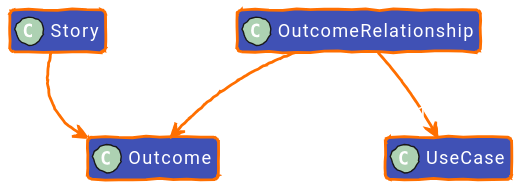
Earlier version of the PlantUML export diagrams/out/uctm-outcome_dark.svg (EKGF/ekg-method).
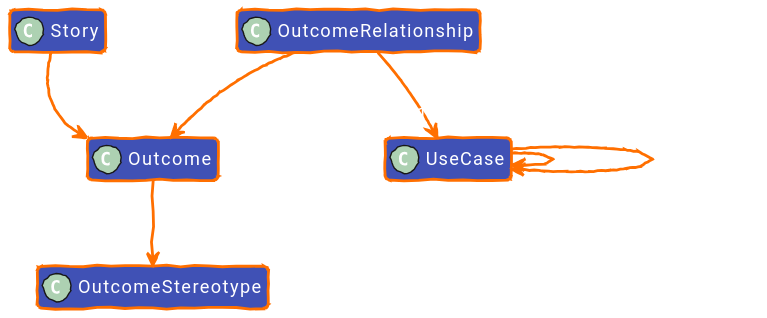
Later version of the same file.

Diff of the diagram source:
```diff
@@ -70,12 +70,18 @@
 hide members
 
 class "Outcome" as Outcome [[/concept/outcome/#ontology]]
+class "OutcomeStereotype" as OutcomeStereotype [[/concept/outcome/outcome-stereotype/#ontology]]
 class "UseCase" as UseCase [[/concept/use-case/#ontology]]
 class "Story" as Story [[/concept/story/#ontology]]
-class "OutcomeRelationship" as OutcomeRelationship
+class "OutcomeRelationship" as OutcomeRelationship [[/concept/outcome/outcome-relationship/#ontology]]
+
+Outcome "0..1" --> "1" OutcomeStereotype : outcome:stereotype
 
 OutcomeRelationship "0..*" --> "1" UseCase : :useCase
 OutcomeRelationship --> Outcome : :targetOutcome
 
+UseCase "0..*" --> "0..1" UseCase : :isPartOf
+UseCase "0..*" --> "0..*" UseCase : :isUsedIn
+
 Story --> Outcome : :contributesTo
 @enduml
```
